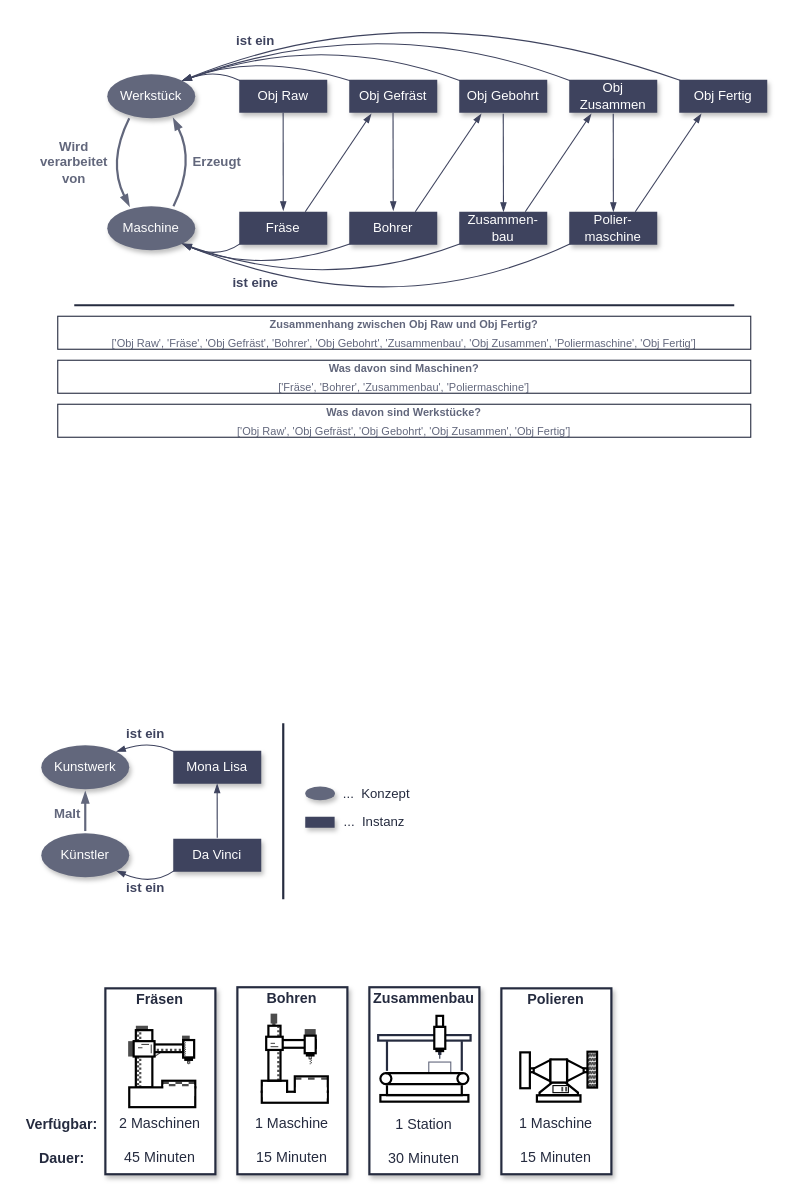
Earlier version of the draw.io diagram page "Page-1" (1 of 3) of Wir_planen_die_Produktion_mit_Expertenwissen/images/logicAndOntologies.drawio (TW-Robotics/AIAV). Source tidied: cells renumbered, new cells numbered last; positions are measured from the earlier drawing's top-left corner, leaving out a move shared by most shapes. Both pictures are drawn from the tidied source at 110%, with x=0, y=0 at pixel (19, -14).
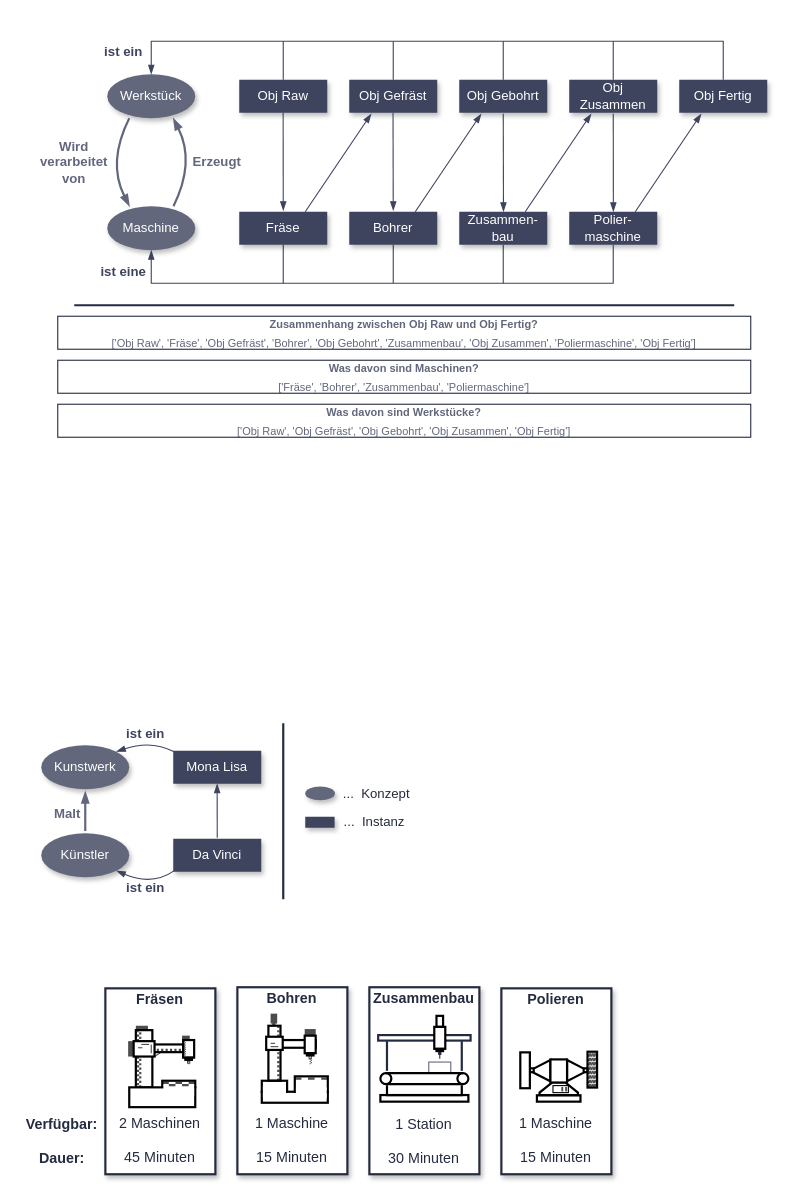
After the change.

Commit message (it also covers changes not shown here):
Update Logic and Ontologies Figures

Unchanged cells that the change refers to:
```xml
<mxCell id="10" value="&lt;font color=&quot;#ffffff&quot;&gt;Werkstück&lt;/font&gt;" style="ellipse;whiteSpace=wrap;html=1;fillColor=#62677C;strokeColor=none;shadow=1;" parent="1" vertex="1">
  <mxGeometry x="80" y="80" width="80" height="40" as="geometry" />
</mxCell>
<mxCell id="11" value="&lt;font color=&quot;#ffffff&quot;&gt;Maschine&lt;/font&gt;" style="ellipse;whiteSpace=wrap;html=1;fillColor=#62677C;strokeColor=none;shadow=1;" parent="1" vertex="1">
  <mxGeometry x="80" y="200" width="80" height="40" as="geometry" />
</mxCell>
<mxCell id="12" value="&lt;font&gt;Obj Raw&lt;/font&gt;" style="rounded=0;whiteSpace=wrap;html=1;fillColor=#3E435E;strokeColor=none;shadow=1;strokeWidth=2;fontColor=#FFFFFF;" parent="1" vertex="1">
  <mxGeometry x="200" y="85" width="80" height="30" as="geometry" />
</mxCell>
<mxCell id="13" value="&lt;font&gt;Fräse&lt;/font&gt;" style="rounded=0;whiteSpace=wrap;html=1;fillColor=#3E435E;strokeColor=none;shadow=1;strokeWidth=2;fontColor=#FFFFFF;" parent="1" vertex="1">
  <mxGeometry x="200" y="205" width="80" height="30" as="geometry" />
</mxCell>
<mxCell id="14" value="&lt;font&gt;Obj Gefräst&lt;/font&gt;" style="rounded=0;whiteSpace=wrap;html=1;fillColor=#3E435E;strokeColor=none;shadow=1;strokeWidth=2;fontColor=#FFFFFF;" parent="1" vertex="1">
  <mxGeometry x="300" y="85" width="80" height="30" as="geometry" />
</mxCell>
<mxCell id="15" value="&lt;font&gt;Bohrer&lt;/font&gt;" style="rounded=0;whiteSpace=wrap;html=1;fillColor=#3E435E;strokeColor=none;shadow=1;strokeWidth=2;fontColor=#FFFFFF;" parent="1" vertex="1">
  <mxGeometry x="300" y="205" width="80" height="30" as="geometry" />
</mxCell>
<mxCell id="16" value="&lt;font&gt;Obj Gebohrt&lt;/font&gt;" style="rounded=0;whiteSpace=wrap;html=1;fillColor=#3E435E;strokeColor=none;shadow=1;strokeWidth=2;fontColor=#FFFFFF;" parent="1" vertex="1">
  <mxGeometry x="400" y="85" width="80" height="30" as="geometry" />
</mxCell>
<mxCell id="17" value="&lt;font&gt;Zusammen-bau&lt;/font&gt;" style="rounded=0;whiteSpace=wrap;html=1;fillColor=#3E435E;strokeColor=none;shadow=1;strokeWidth=2;fontColor=#FFFFFF;" parent="1" vertex="1">
  <mxGeometry x="400" y="205" width="80" height="30" as="geometry" />
</mxCell>
<mxCell id="18" value="&lt;font&gt;Obj Zusammen&lt;/font&gt;" style="rounded=0;whiteSpace=wrap;html=1;fillColor=#3E435E;strokeColor=none;shadow=1;strokeWidth=2;fontColor=#FFFFFF;" parent="1" vertex="1">
  <mxGeometry x="500" y="85" width="80" height="30" as="geometry" />
</mxCell>
<mxCell id="19" value="&lt;font&gt;Polier-&lt;br&gt;maschine&lt;br&gt;&lt;/font&gt;" style="rounded=0;whiteSpace=wrap;html=1;fillColor=#3E435E;strokeColor=none;shadow=1;strokeWidth=2;fontColor=#FFFFFF;" parent="1" vertex="1">
  <mxGeometry x="500" y="205" width="80" height="30" as="geometry" />
</mxCell>
<mxCell id="20" value="&lt;font&gt;Obj Fertig&lt;/font&gt;" style="rounded=0;whiteSpace=wrap;html=1;fillColor=#3E435E;strokeColor=none;shadow=1;strokeWidth=2;fontColor=#FFFFFF;" parent="1" vertex="1">
  <mxGeometry x="600" y="85" width="80" height="30" as="geometry" />
</mxCell>
```

What changed in the source:
```diff
@@
+    <mxCell id="150" style="edgeStyle=orthogonalEdgeStyle;rounded=0;jettySize=auto;html=1;exitX=0.5;exitY=0;exitDx=0;exitDy=0;endArrow=none;endFill=0;strokeColor=#3E435E;" parent="1" edge="1" source="12">
+      <mxGeometry relative="1" as="geometry">
+        <mxPoint x="240" y="50" as="targetPoint" />
+      </mxGeometry>
+    </mxCell>
@@
+    <mxCell id="151" style="edgeStyle=orthogonalEdgeStyle;rounded=0;jettySize=auto;html=1;exitX=0.5;exitY=1;exitDx=0;exitDy=0;endArrow=none;endFill=0;strokeColor=#3E435E;" parent="1" edge="1" source="13">
+      <mxGeometry relative="1" as="geometry">
+        <mxPoint x="240" y="270" as="targetPoint" />
+      </mxGeometry>
+    </mxCell>
@@
+    <mxCell id="152" style="edgeStyle=orthogonalEdgeStyle;rounded=0;jettySize=auto;html=1;exitX=0.5;exitY=0;exitDx=0;exitDy=0;endArrow=none;endFill=0;strokeColor=#3E435E;" parent="1" edge="1" source="14">
+      <mxGeometry relative="1" as="geometry">
+        <mxPoint x="340" y="50" as="targetPoint" />
+      </mxGeometry>
+    </mxCell>
@@
+    <mxCell id="153" style="edgeStyle=orthogonalEdgeStyle;rounded=0;jettySize=auto;html=1;exitX=0.5;exitY=1;exitDx=0;exitDy=0;endArrow=none;endFill=0;strokeColor=#3E435E;" parent="1" edge="1" source="15">
+      <mxGeometry relative="1" as="geometry">
+        <mxPoint x="340" y="270" as="targetPoint" />
+      </mxGeometry>
+    </mxCell>
@@
+    <mxCell id="154" style="edgeStyle=orthogonalEdgeStyle;rounded=0;jettySize=auto;html=1;exitX=0.5;exitY=0;exitDx=0;exitDy=0;endArrow=none;endFill=0;strokeColor=#3E435E;" parent="1" edge="1" source="16">
+      <mxGeometry relative="1" as="geometry">
+        <mxPoint x="440" y="50" as="targetPoint" />
+      </mxGeometry>
+    </mxCell>
@@
+    <mxCell id="155" style="edgeStyle=orthogonalEdgeStyle;rounded=0;jettySize=auto;html=1;exitX=0.5;exitY=1;exitDx=0;exitDy=0;endArrow=none;endFill=0;strokeColor=#3E435E;" parent="1" edge="1" source="17">
+      <mxGeometry relative="1" as="geometry">
+        <mxPoint x="440" y="270" as="targetPoint" />
+      </mxGeometry>
+    </mxCell>
@@
+    <mxCell id="156" style="edgeStyle=orthogonalEdgeStyle;rounded=0;jettySize=auto;html=1;exitX=0.5;exitY=0;exitDx=0;exitDy=0;endArrow=none;endFill=0;strokeColor=#3E435E;" parent="1" edge="1" source="18">
+      <mxGeometry relative="1" as="geometry">
+        <mxPoint x="540" y="50" as="targetPoint" />
+      </mxGeometry>
+    </mxCell>
@@
-    <mxCell id="21" style="endArrow=none;html=1;strokeColor=#3E435E;endFill=0;strokeWidth=1;curved=1;exitX=1;exitY=0;exitDx=0;exitDy=0;startArrow=blockThin;startFill=1;" parent="1" edge="1" source="10">
-      <mxGeometry relative="1" as="geometry">
-        <mxPoint x="201" y="86" as="targetPoint" />
-        <Array as="points">
-          <mxPoint x="180" y="75" />
-        </Array>
-      </mxGeometry>
-    </mxCell>
-    <mxCell id="22" style="endArrow=none;html=1;strokeColor=#3E435E;endFill=0;strokeWidth=1;curved=1;exitX=1;exitY=0;exitDx=0;exitDy=0;startArrow=blockThin;startFill=1;" parent="1" edge="1" source="10">
-      <mxGeometry relative="1" as="geometry">
-        <mxPoint x="301" y="86" as="targetPoint" />
-        <Array as="points">
-          <mxPoint x="220" y="60" />
-        </Array>
-      </mxGeometry>
-    </mxCell>
-    <mxCell id="23" style="endArrow=none;html=1;strokeColor=#3E435E;endFill=0;strokeWidth=1;entryX=0.02;entryY=0.035;entryDx=0;entryDy=0;curved=1;exitX=1;exitY=0;exitDx=0;exitDy=0;entryPerimeter=0;startArrow=blockThin;startFill=1;" parent="1" edge="1" source="10" target="16">
-      <mxGeometry relative="1" as="geometry">
-        <Array as="points">
-          <mxPoint x="278" y="40" />
-        </Array>
-      </mxGeometry>
-    </mxCell>
-    <mxCell id="24" style="endArrow=none;html=1;strokeColor=#3E435E;endFill=0;strokeWidth=1;curved=1;exitX=1;exitY=0;exitDx=0;exitDy=0;startArrow=blockThin;startFill=1;" parent="1" edge="1" source="10">
-      <mxGeometry relative="1" as="geometry">
-        <mxPoint x="501" y="86" as="targetPoint" />
-        <Array as="points">
-          <mxPoint x="330" y="20" />
-        </Array>
-      </mxGeometry>
-    </mxCell>
-    <mxCell id="25" style="endArrow=none;html=1;strokeColor=#3E435E;endFill=0;strokeWidth=1;curved=1;exitX=1;exitY=0;exitDx=0;exitDy=0;startArrow=blockThin;startFill=1;" parent="1" edge="1" source="10">
+    <mxCell id="25" style="endArrow=none;html=1;strokeColor=#3E435E;endFill=0;strokeWidth=1;exitX=0.5;exitY=0;exitDx=0;exitDy=0;startArrow=blockThin;startFill=1;rounded=0;entryX=0.5;entryY=0;entryDx=0;entryDy=0;" parent="1" edge="1" source="10" target="20">
       <mxGeometry relative="1" as="geometry">
-        <mxPoint x="602" y="86" as="targetPoint" />
         <Array as="points">
-          <mxPoint x="360" />
+          <mxPoint x="120" y="50" />
+          <mxPoint x="640" y="50" />
         </Array>
       </mxGeometry>
     </mxCell>
-    <mxCell id="26" style="endArrow=none;html=1;strokeColor=#3E435E;endFill=0;strokeWidth=1;curved=1;exitX=1;exitY=1;exitDx=0;exitDy=0;startArrow=blockThin;startFill=1;" parent="1" edge="1" source="11">
-      <mxGeometry relative="1" as="geometry">
-        <mxPoint x="201" y="234" as="targetPoint" />
-        <Array as="points">
-          <mxPoint x="181" y="248" />
-        </Array>
-      </mxGeometry>
-    </mxCell>
-    <mxCell id="27" style="endArrow=none;html=1;strokeColor=#3E435E;endFill=0;strokeWidth=1;curved=1;startArrow=blockThin;startFill=1;exitX=1;exitY=1;exitDx=0;exitDy=0;" parent="1" edge="1" source="11">
-      <mxGeometry relative="1" as="geometry">
-        <mxPoint x="301" y="234" as="targetPoint" />
-        <Array as="points">
-          <mxPoint x="220" y="263" />
-        </Array>
-      </mxGeometry>
-    </mxCell>
-    <mxCell id="28" style="endArrow=none;html=1;strokeColor=#3E435E;endFill=0;strokeWidth=1;curved=1;startArrow=blockThin;startFill=1;exitX=1;exitY=1;exitDx=0;exitDy=0;" parent="1" edge="1" source="11">
-      <mxGeometry relative="1" as="geometry">
-        <mxPoint x="401" y="234" as="targetPoint" />
-        <Array as="points">
-          <mxPoint x="280" y="280" />
-        </Array>
-      </mxGeometry>
-    </mxCell>
-    <mxCell id="29" style="endArrow=none;html=1;strokeColor=#3E435E;endFill=0;strokeWidth=1;curved=1;startArrow=blockThin;startFill=1;exitX=1;exitY=1;exitDx=0;exitDy=0;" parent="1" edge="1" source="11">
+    <mxCell id="29" style="endArrow=none;html=1;strokeColor=#3E435E;endFill=0;strokeWidth=1;startArrow=blockThin;startFill=1;exitX=0.5;exitY=1;exitDx=0;exitDy=0;rounded=0;entryX=0.5;entryY=1;entryDx=0;entryDy=0;" parent="1" edge="1" source="11" target="19">
       <mxGeometry relative="1" as="geometry">
-        <mxPoint x="501" y="234" as="targetPoint" />
         <Array as="points">
-          <mxPoint x="340" y="311" />
+          <mxPoint x="120" y="270" />
+          <mxPoint x="540" y="270" />
         </Array>
       </mxGeometry>
     </mxCell>
@@
     <mxCell id="38" value="&lt;font&gt;&lt;b&gt;ist ein&lt;/b&gt;&lt;/font&gt;" style="text;html=1;strokeColor=none;fillColor=none;align=center;verticalAlign=middle;whiteSpace=wrap;rounded=0;shadow=1;fontColor=#3E435E;" parent="1" vertex="1">
-      <mxGeometry x="190" y="40" width="50" height="20" as="geometry" />
+      <mxGeometry x="70" y="50" width="50" height="20" as="geometry" />
     </mxCell>
     <mxCell id="39" value="&lt;font&gt;&lt;b&gt;ist eine&lt;/b&gt;&lt;/font&gt;" style="text;html=1;strokeColor=none;fillColor=none;align=center;verticalAlign=middle;whiteSpace=wrap;rounded=0;shadow=1;fontColor=#3E435E;" parent="1" vertex="1">
-      <mxGeometry x="190" y="260" width="50" height="20" as="geometry" />
+      <mxGeometry x="70" y="250" width="50" height="20" as="geometry" />
     </mxCell>
```
